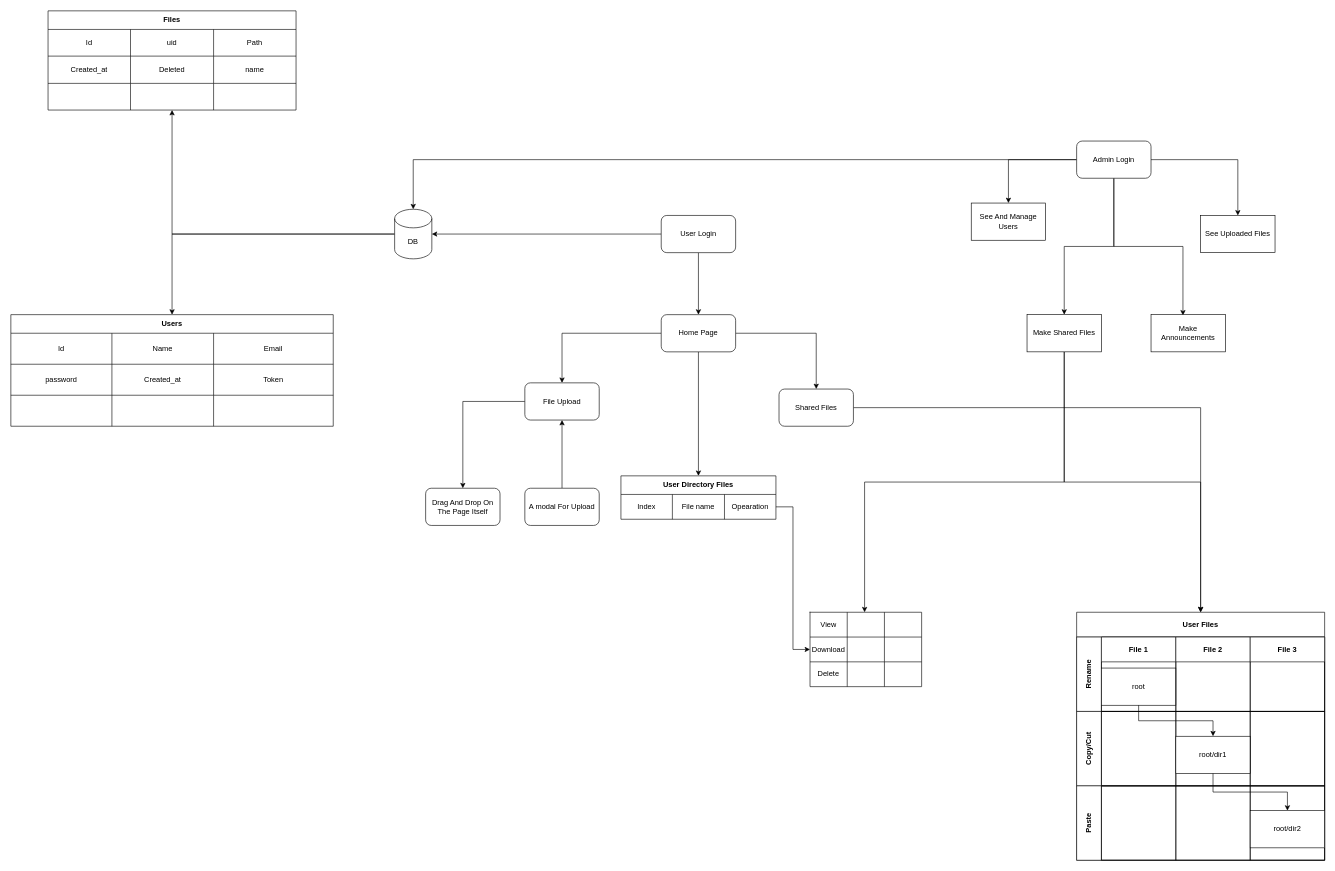
Earlier version of the draw.io diagram Untitled Diagram.drawio (KareemEl-Giushy/Diagrams). Source tidied: cells renumbered, new cells numbered last; positions are measured from the earlier drawing's top-left corner, leaving out a move shared by most shapes. Both pictures are drawn from the tidied source at 62%, with x=0, y=0 at pixel (11, 11).
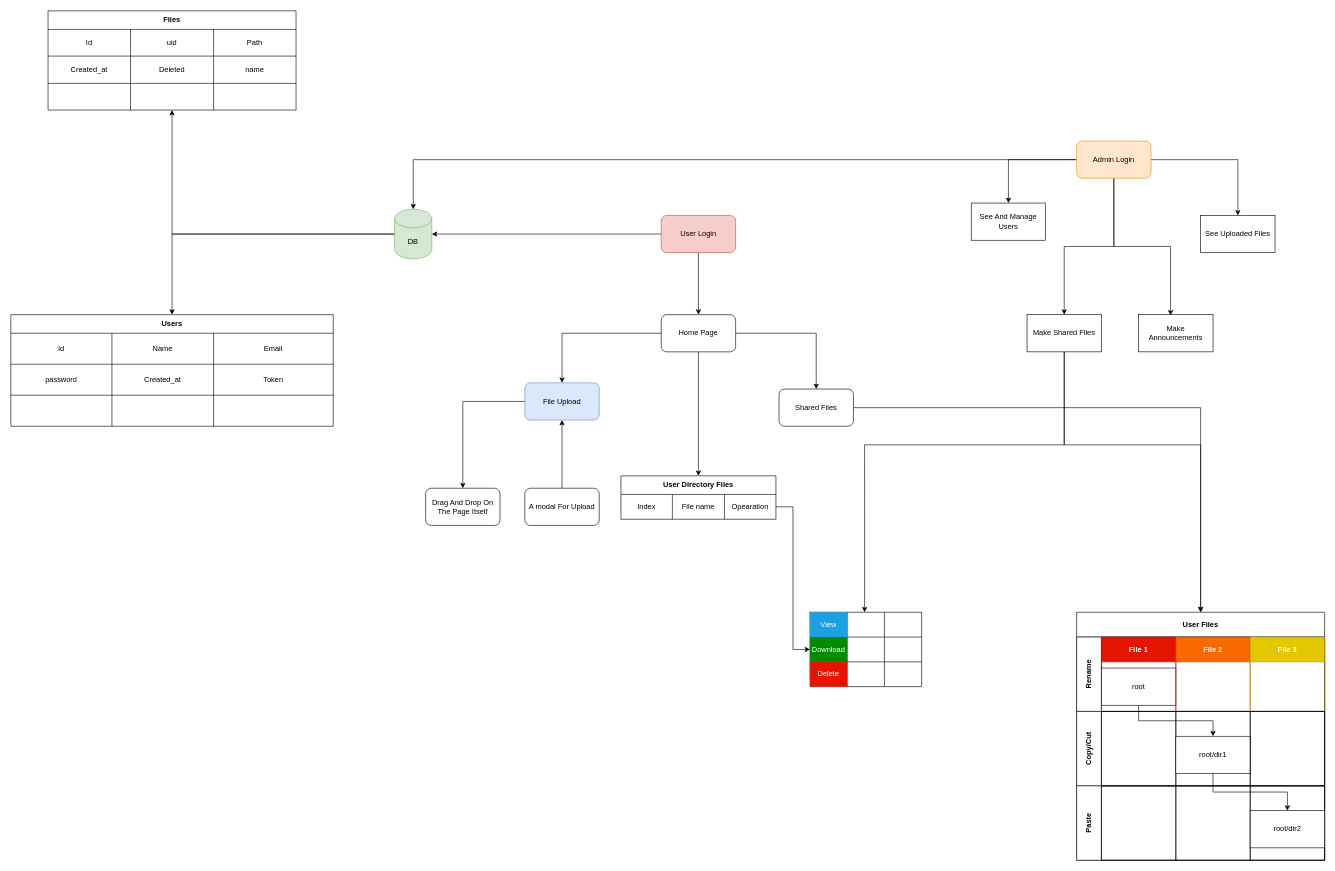
The same diagram, later.

The change refers to these unchanged cells:
```xml
<mxCell id="26" value="Make Shared Files" style="rounded=0;whiteSpace=wrap;html=1;" parent="1" vertex="1">
  <mxGeometry x="1639" y="490" width="120" height="60" as="geometry" />
</mxCell>
<mxCell id="64" style="shape=partialRectangle;html=1;whiteSpace=wrap;fillColor=none;top=0;left=0;bottom=0;right=0;points=[[0,0.5],[1,0.5]];portConstraint=eastwest;" parent="63" vertex="1">
  <mxGeometry width="180" height="40" as="geometry" />
</mxCell>
<mxCell id="68" style="shape=partialRectangle;html=1;whiteSpace=wrap;fillColor=none;top=0;left=0;bottom=0;right=0;points=[[0,0.5],[1,0.5]];portConstraint=eastwest;" parent="63" vertex="1">
  <mxGeometry y="40" width="180" height="40" as="geometry" />
</mxCell>
<mxCell id="72" style="shape=partialRectangle;html=1;whiteSpace=wrap;fillColor=none;top=0;left=0;bottom=0;right=0;" parent="63" vertex="1">
  <mxGeometry y="80" width="180" height="40" as="geometry" />
</mxCell>
<mxCell id="76" value="User Files" style="shape=table;childLayout=tableLayout;rowLines=0;columnLines=0;startSize=40;html=1;whiteSpace=wrap;fontStyle=1;align=center;" parent="1" vertex="1">
  <mxGeometry x="1719" y="970" width="400" height="400" as="geometry" />
</mxCell>
<mxCell id="77" value="Rename" style="swimlane;horizontal=0;startSize=40;html=1;whiteSpace=wrap;fontStyle=1;" parent="76" vertex="1">
  <mxGeometry y="40" width="400" height="120" as="geometry" />
</mxCell>
```

The edit, as a diff of the source:
```diff
@@
-    <mxCell id="4" value="User Login" style="rounded=1;whiteSpace=wrap;html=1;" parent="1" vertex="1">
+    <mxCell id="4" value="User Login" style="rounded=1;whiteSpace=wrap;html=1;fillColor=#f8cecc;strokeColor=#b85450;" parent="1" vertex="1">
       <mxGeometry x="1049" y="330" width="120" height="60" as="geometry" />
     </mxCell>
@@
-    <mxCell id="7" value="DB" style="shape=cylinder3;whiteSpace=wrap;html=1;boundedLbl=1;backgroundOutline=1;size=15;" parent="1" vertex="1">
+    <mxCell id="7" value="DB" style="shape=cylinder3;whiteSpace=wrap;html=1;boundedLbl=1;backgroundOutline=1;size=15;fillColor=#d5e8d4;strokeColor=#82b366;" parent="1" vertex="1">
       <mxGeometry x="619" y="320" width="60" height="80" as="geometry" />
     </mxCell>
@@
-    <mxCell id="13" value="File Upload" style="rounded=1;whiteSpace=wrap;html=1;" parent="1" vertex="1">
+    <mxCell id="13" value="File Upload" style="rounded=1;whiteSpace=wrap;html=1;fillColor=#dae8fc;strokeColor=#6c8ebf;" parent="1" vertex="1">
       <mxGeometry x="829" y="600" width="120" height="60" as="geometry" />
     </mxCell>
@@
-    <mxCell id="21" value="Admin Login" style="rounded=1;whiteSpace=wrap;html=1;" parent="1" vertex="1">
+    <mxCell id="21" value="Admin Login" style="rounded=1;whiteSpace=wrap;html=1;fillColor=#ffe6cc;strokeColor=#d79b00;" parent="1" vertex="1">
       <mxGeometry x="1719" y="210" width="120" height="60" as="geometry" />
     </mxCell>
@@
     <mxCell id="23" value="Make Announcements" style="rounded=0;whiteSpace=wrap;html=1;" parent="1" vertex="1">
-      <mxGeometry x="1839" y="490" width="120" height="60" as="geometry" />
+      <mxGeometry x="1819" y="490" width="120" height="60" as="geometry" />
     </mxCell>
     <mxCell id="24" style="edgeStyle=orthogonalEdgeStyle;rounded=0;jettySize=auto;html=1;entryX=0.5;entryY=0;entryDx=0;entryDy=0;" parent="1" edge="1" source="26" target="76">
-      <mxGeometry relative="1" as="geometry" />
+      <mxGeometry relative="1" as="geometry">
+        <Array as="points">
+          <mxPoint x="1699" y="700" />
+          <mxPoint x="1919" y="700" />
+        </Array>
+      </mxGeometry>
     </mxCell>
     <mxCell id="25" style="edgeStyle=orthogonalEdgeStyle;rounded=0;jettySize=auto;html=1;entryX=0.489;entryY=0;entryDx=0;entryDy=0;entryPerimeter=0;" parent="1" edge="1" source="26" target="64">
-      <mxGeometry relative="1" as="geometry" />
+      <mxGeometry relative="1" as="geometry">
+        <Array as="points">
+          <mxPoint x="1699" y="700" />
+          <mxPoint x="1377" y="700" />
+        </Array>
+      </mxGeometry>
     </mxCell>
@@
-    <mxCell id="63" style="shape=table;html=1;whiteSpace=wrap;startSize=0;childLayout=tableLayout;" parent="1" vertex="1">
+    <mxCell id="63" style="shape=table;html=1;whiteSpace=wrap;startSize=0;childLayout=tableLayout;rounded=0;" parent="1" vertex="1">
       <mxGeometry x="1289" y="970" width="180" height="120" as="geometry" />
     </mxCell>
@@
-    <mxCell id="65" value="View" style="shape=partialRectangle;html=1;whiteSpace=wrap;fillColor=none;top=0;left=0;bottom=0;right=0;overflow=hidden;" parent="64" vertex="1">
+    <mxCell id="65" value="View" style="shape=partialRectangle;html=1;whiteSpace=wrap;fillColor=#1ba1e2;top=0;left=0;bottom=0;right=0;overflow=hidden;strokeColor=#006EAF;fontColor=#ffffff;" parent="64" vertex="1">
       <mxGeometry width="60" height="40" as="geometry" />
     </mxCell>
@@
-    <mxCell id="69" value="Download" style="shape=partialRectangle;html=1;whiteSpace=wrap;fillColor=none;top=0;left=0;bottom=0;right=0;overflow=hidden;" parent="68" vertex="1">
+    <mxCell id="69" value="Download" style="shape=partialRectangle;html=1;whiteSpace=wrap;fillColor=#008a00;top=0;left=0;bottom=0;right=0;overflow=hidden;strokeColor=#005700;fontColor=#ffffff;" parent="68" vertex="1">
       <mxGeometry width="60" height="40" as="geometry" />
     </mxCell>
@@
-    <mxCell id="73" value="Delete" style="shape=partialRectangle;html=1;whiteSpace=wrap;fillColor=none;top=0;left=0;bottom=0;right=0;overflow=hidden;" parent="72" vertex="1">
+    <mxCell id="73" value="Delete" style="shape=partialRectangle;html=1;whiteSpace=wrap;fillColor=#e51400;top=0;left=0;bottom=0;right=0;overflow=hidden;strokeColor=#B20000;fontColor=#ffffff;" parent="72" vertex="1">
       <mxGeometry width="60" height="40" as="geometry" />
     </mxCell>
@@
-    <mxCell id="78" value="File 1" style="swimlane;startSize=40;html=1;whiteSpace=wrap;" parent="77" vertex="1">
+    <mxCell id="78" value="File 1" style="swimlane;startSize=40;html=1;whiteSpace=wrap;fillColor=#e51400;strokeColor=#B20000;fontColor=#ffffff;" parent="77" vertex="1">
       <mxGeometry x="40" width="120" height="120" as="geometry" />
     </mxCell>
@@
-    <mxCell id="80" value="File 2" style="swimlane;startSize=40;html=1;whiteSpace=wrap;" parent="77" vertex="1">
+    <mxCell id="80" value="File 2" style="swimlane;startSize=40;html=1;whiteSpace=wrap;fillColor=#fa6800;strokeColor=#C73500;fontColor=#ffffff;" parent="77" vertex="1">
       <mxGeometry x="160" width="120" height="120" as="geometry" />
     </mxCell>
-    <mxCell id="81" value="File 3" style="swimlane;startSize=40;html=1;whiteSpace=wrap;" parent="77" vertex="1">
+    <mxCell id="81" value="File 3" style="swimlane;startSize=40;html=1;whiteSpace=wrap;fillColor=#e3c800;strokeColor=#B09500;fontColor=#ffffff;" parent="77" vertex="1">
       <mxGeometry x="280" width="120" height="120" as="geometry" />
     </mxCell>
```
